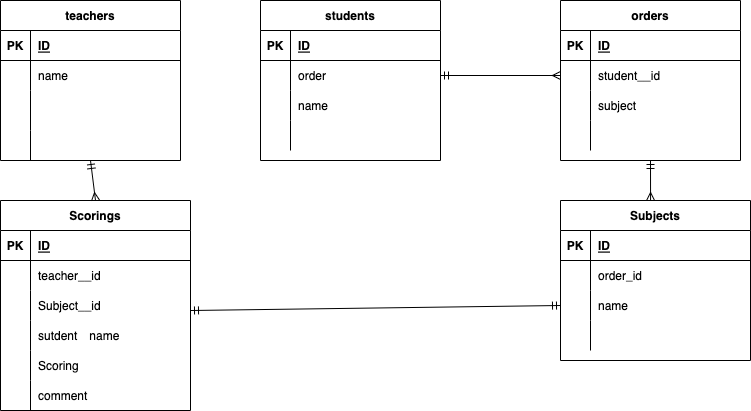
This is test.drawio.png from daiki239/20220701-, a draw.io export, as it was before one commit. Source tidied: cells renumbered, new cells last; positions are measured from the earlier drawing's top-left corner, leaving out a move shared by most shapes.
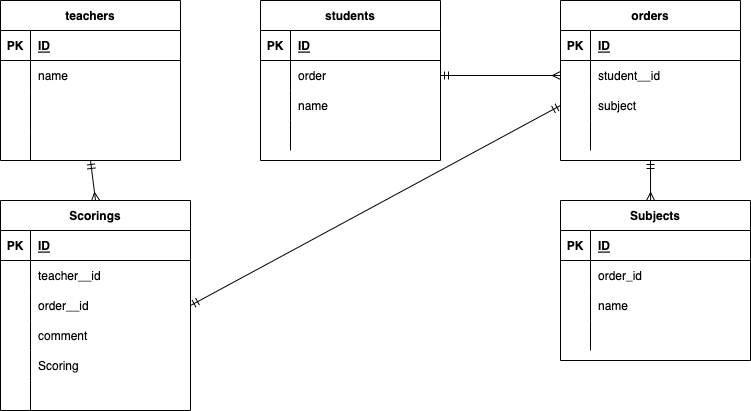
Later version of the same file.

Change to the diagram source:
```diff
@@ -107,36 +107,36 @@
     <mxCell id="36" style="shape=partialRectangle;fillColor=none;top=0;left=0;bottom=0;right=0;overflow=hidden;" parent="35" vertex="1">
       <mxGeometry width="30" height="30" as="geometry" />
     </mxCell>
-    <mxCell id="37" value="Subject__id" style="shape=partialRectangle;fillColor=none;top=0;left=0;bottom=0;right=0;align=left;spacingLeft=6;overflow=hidden;" parent="35" vertex="1">
+    <mxCell id="37" value="order__id" style="shape=partialRectangle;fillColor=none;top=0;left=0;bottom=0;right=0;align=left;spacingLeft=6;overflow=hidden;" parent="35" vertex="1">
       <mxGeometry x="30" width="160" height="30" as="geometry" />
     </mxCell>
+    <mxCell id="44" style="shape=partialRectangle;fillColor=none;top=0;left=0;bottom=0;right=0;" parent="28" vertex="1">
+      <mxGeometry y="120" width="190" height="30" as="geometry" />
+    </mxCell>
+    <mxCell id="45" style="shape=partialRectangle;fillColor=none;top=0;left=0;bottom=0;right=0;overflow=hidden;" parent="44" vertex="1">
+      <mxGeometry width="30" height="30" as="geometry" />
+    </mxCell>
+    <mxCell id="46" value="comment" style="shape=partialRectangle;fillColor=none;top=0;left=0;bottom=0;right=0;align=left;spacingLeft=6;overflow=hidden;" parent="44" vertex="1">
+      <mxGeometry x="30" width="160" height="30" as="geometry" />
+    </mxCell>
     <mxCell id="38" style="shape=partialRectangle;fillColor=none;top=0;left=0;bottom=0;right=0;" parent="28" vertex="1">
-      <mxGeometry y="120" width="190" height="30" as="geometry" />
+      <mxGeometry y="150" width="190" height="30" as="geometry" />
     </mxCell>
     <mxCell id="39" style="shape=partialRectangle;fillColor=none;top=0;left=0;bottom=0;right=0;overflow=hidden;" parent="38" vertex="1">
       <mxGeometry width="30" height="30" as="geometry" />
     </mxCell>
-    <mxCell id="40" value="sutdent　name" style="shape=partialRectangle;fillColor=none;top=0;left=0;bottom=0;right=0;align=left;spacingLeft=6;overflow=hidden;" parent="38" vertex="1">
+    <mxCell id="40" value="Scoring" style="shape=partialRectangle;fillColor=none;top=0;left=0;bottom=0;right=0;align=left;spacingLeft=6;overflow=hidden;" parent="38" vertex="1">
       <mxGeometry x="30" width="160" height="30" as="geometry" />
     </mxCell>
     <mxCell id="41" style="shape=partialRectangle;fillColor=none;top=0;left=0;bottom=0;right=0;" parent="28" vertex="1">
-      <mxGeometry y="150" width="190" height="30" as="geometry" />
+      <mxGeometry y="180" width="190" height="30" as="geometry" />
     </mxCell>
     <mxCell id="42" style="shape=partialRectangle;fillColor=none;top=0;left=0;bottom=0;right=0;overflow=hidden;" parent="41" vertex="1">
       <mxGeometry width="30" height="30" as="geometry" />
     </mxCell>
-    <mxCell id="43" value="Scoring" style="shape=partialRectangle;fillColor=none;top=0;left=0;bottom=0;right=0;align=left;spacingLeft=6;overflow=hidden;" parent="41" vertex="1">
+    <mxCell id="43" style="shape=partialRectangle;fillColor=none;top=0;left=0;bottom=0;right=0;align=left;spacingLeft=6;overflow=hidden;" parent="41" vertex="1">
       <mxGeometry x="30" width="160" height="30" as="geometry" />
     </mxCell>
-    <mxCell id="44" style="shape=partialRectangle;fillColor=none;top=0;left=0;bottom=0;right=0;" parent="28" vertex="1">
-      <mxGeometry y="180" width="190" height="30" as="geometry" />
-    </mxCell>
-    <mxCell id="45" style="shape=partialRectangle;fillColor=none;top=0;left=0;bottom=0;right=0;overflow=hidden;" parent="44" vertex="1">
-      <mxGeometry width="30" height="30" as="geometry" />
-    </mxCell>
-    <mxCell id="46" value="comment" style="shape=partialRectangle;fillColor=none;top=0;left=0;bottom=0;right=0;align=left;spacingLeft=6;overflow=hidden;" parent="44" vertex="1">
-      <mxGeometry x="30" width="160" height="30" as="geometry" />
-    </mxCell>
     <mxCell id="47" style="html=1;targetPerimeterSpacing=8;endArrow=ERmany;endFill=0;startArrow=ERmandOne;startFill=0;entryX=0.5;entryY=0;entryDx=0;entryDy=0;" parent="1" edge="1" target="28">
       <mxGeometry relative="1" as="geometry">
         <mxPoint x="90" y="160" as="sourcePoint" />
@@ -226,8 +226,8 @@
     <mxCell id="75" style="html=1;targetPerimeterSpacing=8;endArrow=ERmany;endFill=0;startArrow=ERmandOne;startFill=0;entryX=0.474;entryY=0;entryDx=0;entryDy=0;exitX=0.5;exitY=1;exitDx=0;exitDy=0;entryPerimeter=0;" parent="1" edge="1" source="48" target="62">
       <mxGeometry relative="1" as="geometry" />
     </mxCell>
-    <mxCell id="76" style="html=1;targetPerimeterSpacing=8;endArrow=ERmandOne;endFill=0;startArrow=ERmandOne;startFill=0;entryX=0;entryY=0.5;entryDx=0;entryDy=0;exitX=1;exitY=0.667;exitDx=0;exitDy=0;exitPerimeter=0;" parent="1" edge="1" source="35" target="69">
-      <mxGeometry relative="1" as="geometry" />
-    </mxCell>
+    <mxCell id="77" style="html=1;targetPerimeterSpacing=8;endArrow=ERmandOne;endFill=0;startArrow=ERmandOne;startFill=0;entryX=1;entryY=0.5;entryDx=0;entryDy=0;exitX=0;exitY=0.5;exitDx=0;exitDy=0;" parent="1" edge="1" source="55" target="35">
+      <mxGeometry relative="1" as="geometry" />
+    </mxCell>
   </root>
 </mxGraphModel>
```
